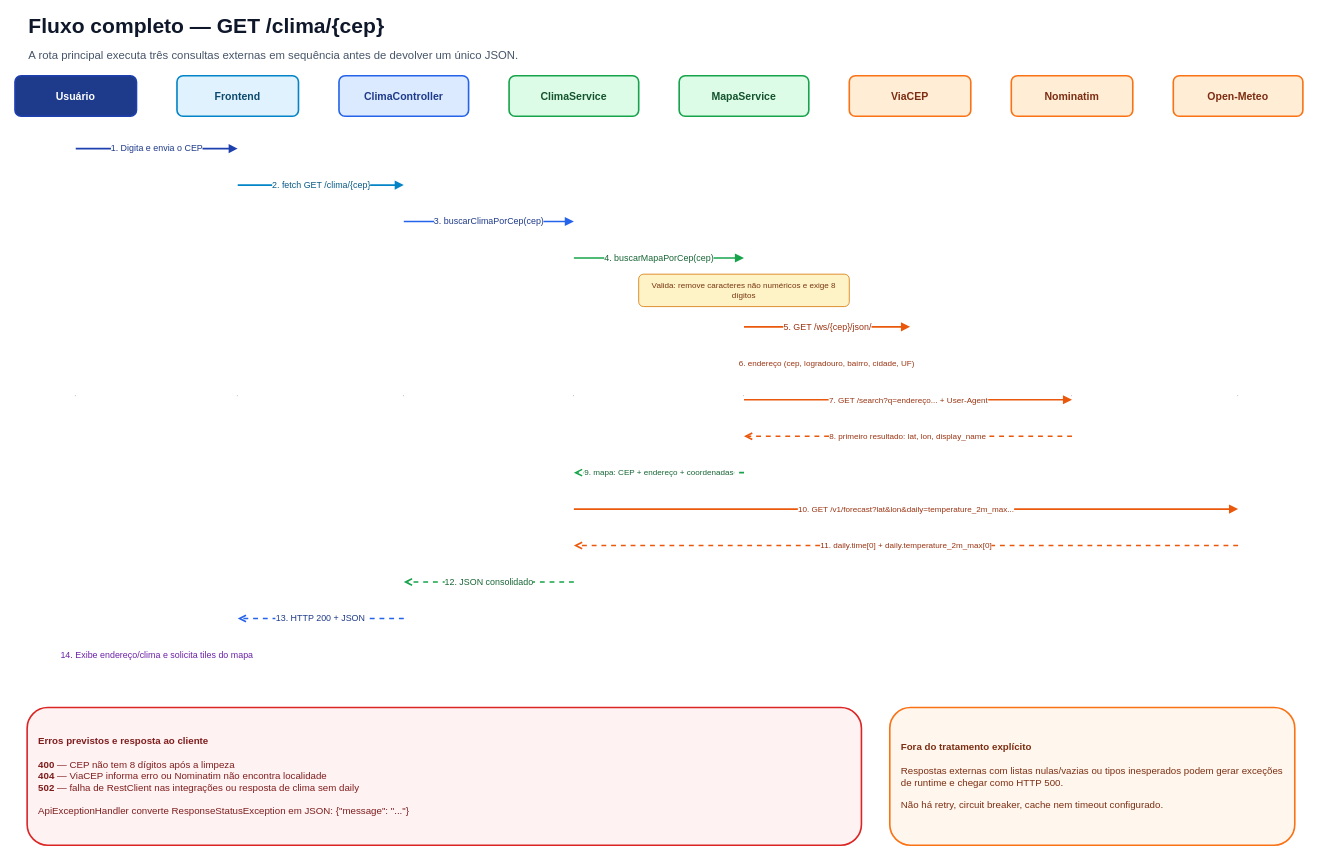
The draw.io diagram page "03 - Fluxo GET clima" (3 of 4) of docs/Felipe.drawio in arcorreiaa/esudaPosEs, before the edit. Source tidied: cells renumbered, new cells numbered last; positions are measured from the earlier drawing's top-left corner, leaving out a move shared by most shapes. Both pictures are drawn from the tidied source at 81%, with x=0, y=0 at pixel (15, 15).
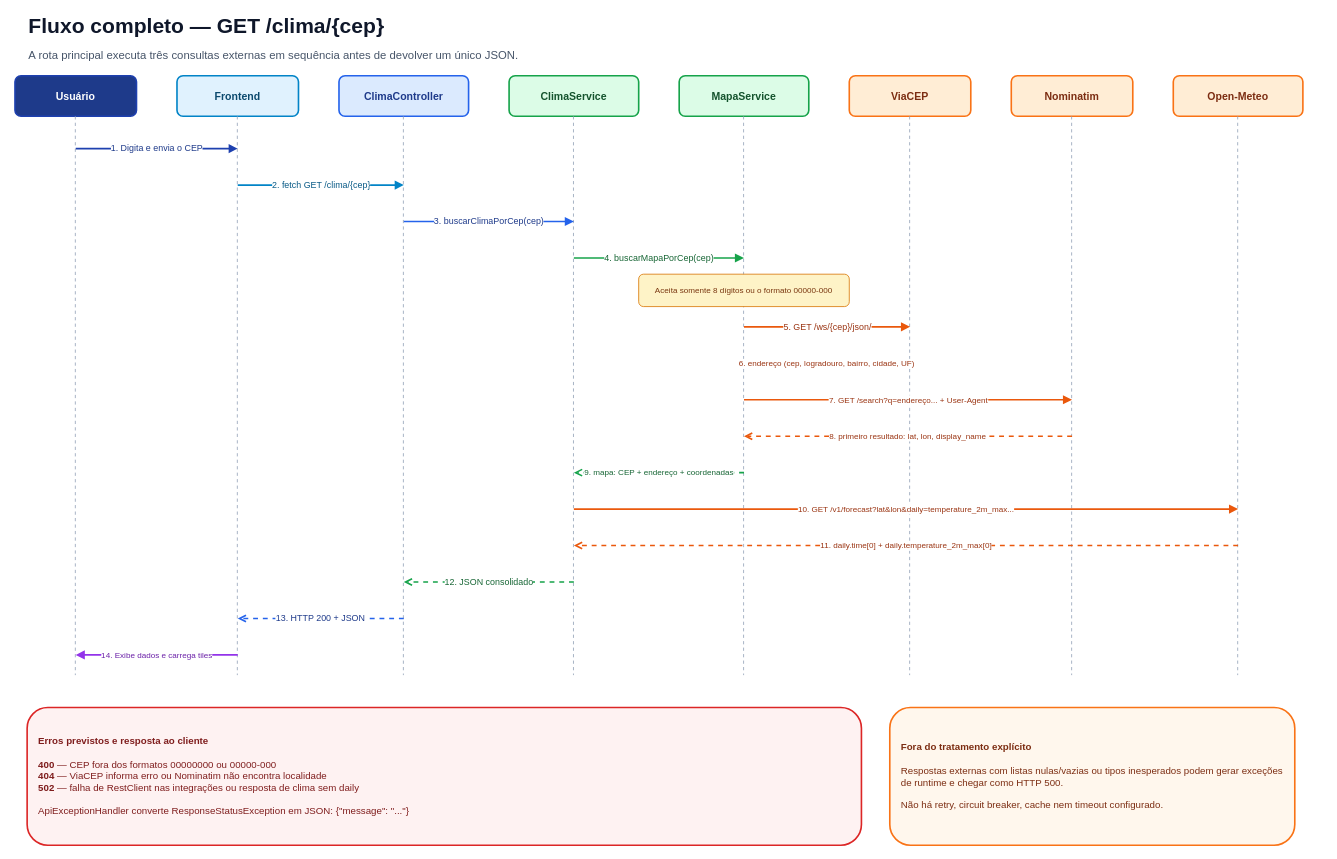
After the change.

The edit, as a diff of the source:
```diff
@@
-    <mxCell id="11" style="shape=line;html=1;strokeColor=#94A3B8;dashed=1;" parent="1" vertex="1">
+    <mxCell id="11" style="shape=line;direction=south;html=1;strokeColor=#94A3B8;dashed=1;dashPattern=4 4;strokeWidth=1;" parent="1" vertex="1">
       <mxGeometry x="74" y="125" width="1" height="690" as="geometry" />
     </mxCell>
-    <mxCell id="12" style="shape=line;html=1;strokeColor=#94A3B8;dashed=1;" parent="1" vertex="1">
+    <mxCell id="12" style="shape=line;direction=south;html=1;strokeColor=#94A3B8;dashed=1;dashPattern=4 4;strokeWidth=1;" parent="1" vertex="1">
       <mxGeometry x="274" y="125" width="1" height="690" as="geometry" />
     </mxCell>
-    <mxCell id="13" style="shape=line;html=1;strokeColor=#94A3B8;dashed=1;" parent="1" vertex="1">
+    <mxCell id="13" style="shape=line;direction=south;html=1;strokeColor=#94A3B8;dashed=1;dashPattern=4 4;strokeWidth=1;" parent="1" vertex="1">
       <mxGeometry x="479" y="125" width="1" height="690" as="geometry" />
     </mxCell>
-    <mxCell id="14" style="shape=line;html=1;strokeColor=#94A3B8;dashed=1;" parent="1" vertex="1">
+    <mxCell id="14" style="shape=line;direction=south;html=1;strokeColor=#94A3B8;dashed=1;dashPattern=4 4;strokeWidth=1;" parent="1" vertex="1">
       <mxGeometry x="689" y="125" width="1" height="690" as="geometry" />
     </mxCell>
-    <mxCell id="15" style="shape=line;html=1;strokeColor=#94A3B8;dashed=1;" parent="1" vertex="1">
+    <mxCell id="15" style="shape=line;direction=south;html=1;strokeColor=#94A3B8;dashed=1;dashPattern=4 4;strokeWidth=1;" parent="1" vertex="1">
       <mxGeometry x="899" y="125" width="1" height="690" as="geometry" />
     </mxCell>
-    <mxCell id="16" style="shape=line;html=1;strokeColor=#94A3B8;dashed=1;" parent="1" vertex="1">
+    <mxCell id="16" style="shape=line;direction=south;html=1;strokeColor=#94A3B8;dashed=1;dashPattern=4 4;strokeWidth=1;" parent="1" vertex="1">
       <mxGeometry x="1104" y="125" width="1" height="690" as="geometry" />
     </mxCell>
-    <mxCell id="17" style="shape=line;html=1;strokeColor=#94A3B8;dashed=1;" parent="1" vertex="1">
+    <mxCell id="17" style="shape=line;direction=south;html=1;strokeColor=#94A3B8;dashed=1;dashPattern=4 4;strokeWidth=1;" parent="1" vertex="1">
       <mxGeometry x="1304" y="125" width="1" height="690" as="geometry" />
     </mxCell>
-    <mxCell id="18" style="shape=line;html=1;strokeColor=#94A3B8;dashed=1;" parent="1" vertex="1">
+    <mxCell id="18" style="shape=line;direction=south;html=1;strokeColor=#94A3B8;dashed=1;dashPattern=4 4;strokeWidth=1;" parent="1" vertex="1">
       <mxGeometry x="1509" y="125" width="1" height="690" as="geometry" />
     </mxCell>
@@
-    <mxCell id="23" value="Valida: remove caracteres não numéricos e exige 8 dígitos" style="rounded=1;whiteSpace=wrap;html=1;fillColor=#FEF3C7;strokeColor=#D97706;fontColor=#78350F;fontSize=10;" parent="1" vertex="1">
+    <mxCell id="23" value="Aceita somente 8 dígitos ou o formato 00000-000" style="rounded=1;whiteSpace=wrap;html=1;fillColor=#FEF3C7;strokeColor=#D97706;fontColor=#78350F;fontSize=10;" parent="1" vertex="1">
       <mxGeometry x="770" y="320" width="260" height="40" as="geometry" />
     </mxCell>
@@
-    <mxCell id="33" value="14. Exibe endereço/clima e solicita tiles do mapa" style="endArrow=block;html=1;rounded=0;strokeColor=#9333EA;fontColor=#6B21A8;fontSize=11;strokeWidth=2;" parent="1" edge="1">
+    <mxCell id="33" value="14. Exibe dados e carrega tiles" style="endArrow=block;html=1;rounded=0;strokeColor=#9333EA;fontColor=#6B21A8;fontSize=10;strokeWidth=2;" parent="1" edge="1">
       <mxGeometry relative="1" as="geometry">
         <mxPoint x="275" y="790" as="sourcePoint" />
         <mxPoint x="75" y="790" as="targetPoint" />
       </mxGeometry>
     </mxCell>
-    <mxCell id="34" value="&lt;b&gt;Erros previstos e resposta ao cliente&lt;/b&gt;&lt;br&gt;&lt;br&gt;&lt;b&gt;400&lt;/b&gt; — CEP não tem 8 dígitos após a limpeza&lt;br&gt;&lt;b&gt;404&lt;/b&gt; — ViaCEP informa erro ou Nominatim não encontra localidade&lt;br&gt;&lt;b&gt;502&lt;/b&gt; — falha de RestClient nas integrações ou resposta de clima sem daily&lt;br&gt;&lt;br&gt;ApiExceptionHandler converte ResponseStatusException em JSON: {&quot;message&quot;: &quot;...&quot;}" style="rounded=1;whiteSpace=wrap;html=1;fillColor=#FEF2F2;strokeColor=#DC2626;fontColor=#7F1D1D;fontSize=12;strokeWidth=2;align=left;spacingLeft=12;" parent="1" vertex="1">
+    <mxCell id="34" value="&lt;b&gt;Erros previstos e resposta ao cliente&lt;/b&gt;&lt;br&gt;&lt;br&gt;&lt;b&gt;400&lt;/b&gt; — CEP fora dos formatos 00000000 ou 00000-000&lt;br&gt;&lt;b&gt;404&lt;/b&gt; — ViaCEP informa erro ou Nominatim não encontra localidade&lt;br&gt;&lt;b&gt;502&lt;/b&gt; — falha de RestClient nas integrações ou resposta de clima sem daily&lt;br&gt;&lt;br&gt;ApiExceptionHandler converte ResponseStatusException em JSON: {&quot;message&quot;: &quot;...&quot;}" style="rounded=1;whiteSpace=wrap;html=1;fillColor=#FEF2F2;strokeColor=#DC2626;fontColor=#7F1D1D;fontSize=12;strokeWidth=2;align=left;spacingLeft=12;" parent="1" vertex="1">
       <mxGeometry x="15" y="855" width="1030" height="170" as="geometry" />
     </mxCell>
```
